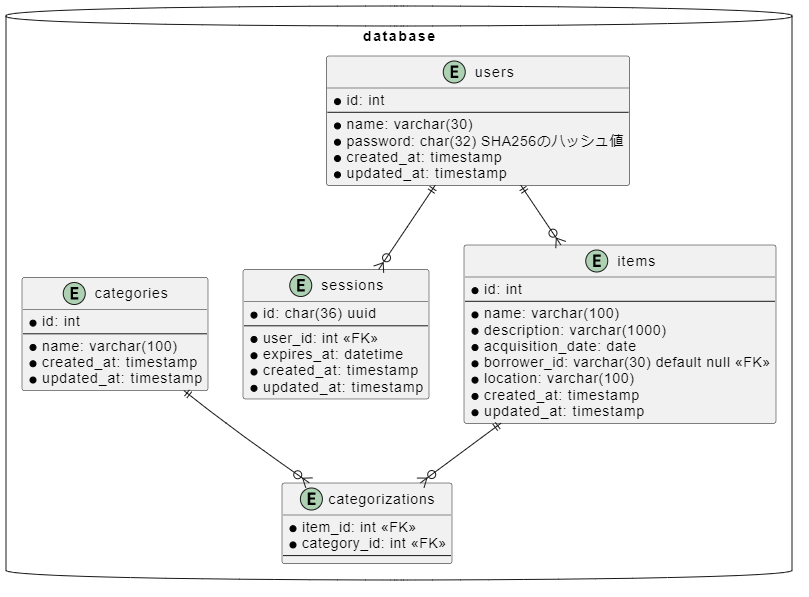
kyosu-1/gms keeps this PlantUML diagram as docs/erd/erd.png. Above is the earlier version. Its source is kept beside it as docs/erd/erd.puml.
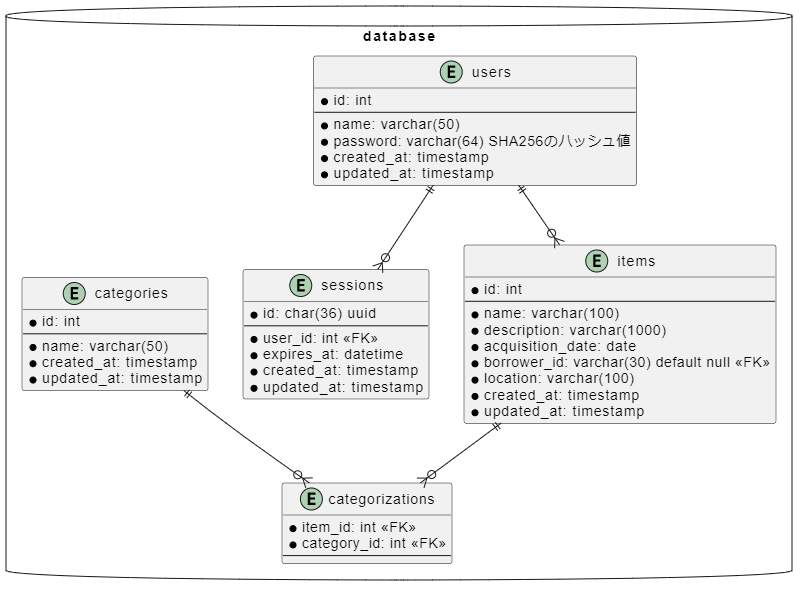
Later version of the same file.

Commit message:
データ型を変更

Change to the diagram source:
```diff
@@ -4,8 +4,8 @@
     entity "users" as users {
         * id: int
         --
-        * name: varchar(30)
-        * password: char(32) SHA256のハッシュ値
+        * name: varchar(50)
+        * password: varchar(64) SHA256のハッシュ値
         * created_at: timestamp
         * updated_at: timestamp
     }
@@ -22,7 +22,7 @@
     entity "categories" as categories {
         * id: int
         --
-        * name: varchar(100)
+        * name: varchar(50)
         * created_at: timestamp
         * updated_at: timestamp
     }
```
